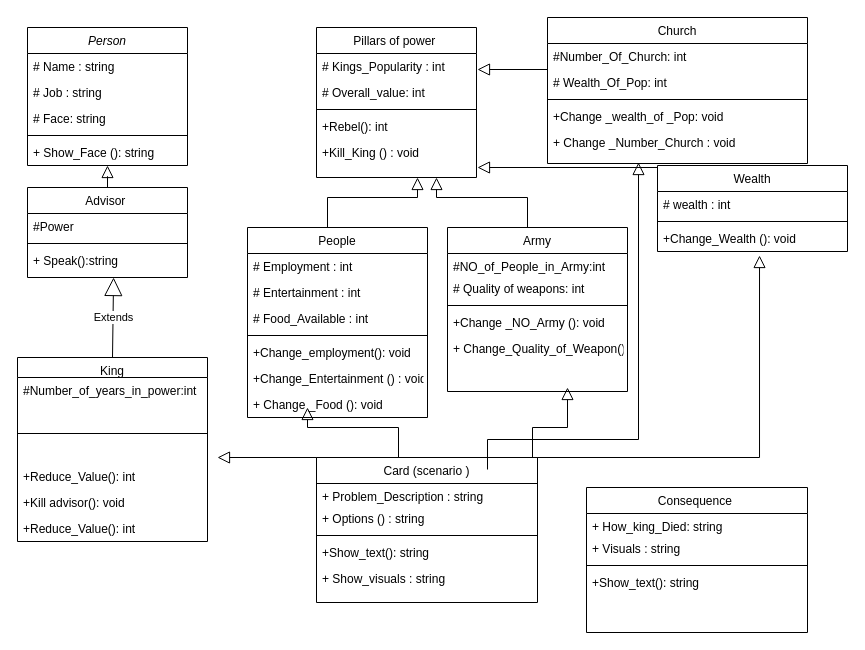
This is Untitled Diagram.drawio from Erfan5555/Game-OOP, a draw.io file, before an edit. Source tidied: cells renumbered, new cells numbered last; positions are measured from the earlier drawing's top-left corner, leaving out a move shared by most shapes. Both pictures are drawn from the tidied source at 100%, with x=0, y=0 at pixel (17, 17).
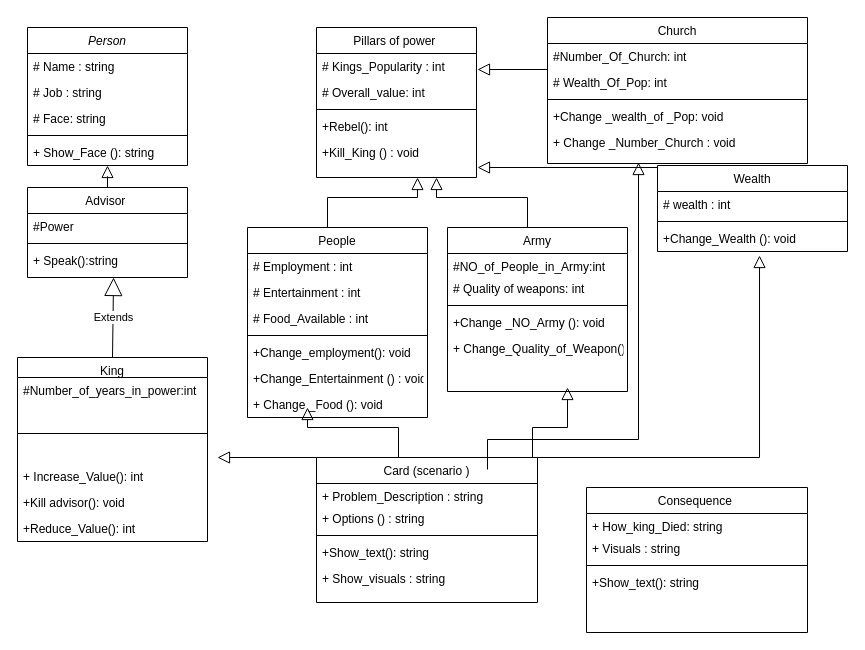
Above is the later version.

The change refers to these unchanged cells:
```xml
<mxCell id="20" value="King" style="swimlane;fontStyle=0;align=center;verticalAlign=top;horizontal=1;startSize=20;rounded=0;shadow=0;strokeWidth=1;" parent="1" vertex="1">
  <mxGeometry y="340" width="190" height="184" as="geometry" />
</mxCell>
```

What changed in the source:
```diff
@@
-    <mxCell id="23" value="+Reduce_Value(): int" style="text;align=left;verticalAlign=top;spacingLeft=4;spacingRight=4;overflow=hidden;" parent="20" vertex="1">
+    <mxCell id="23" value="+ Increase_Value(): int" style="text;align=left;verticalAlign=top;spacingLeft=4;spacingRight=4;overflow=hidden;" parent="20" vertex="1">
       <mxGeometry y="106" width="190" height="26" as="geometry" />
     </mxCell>
```
